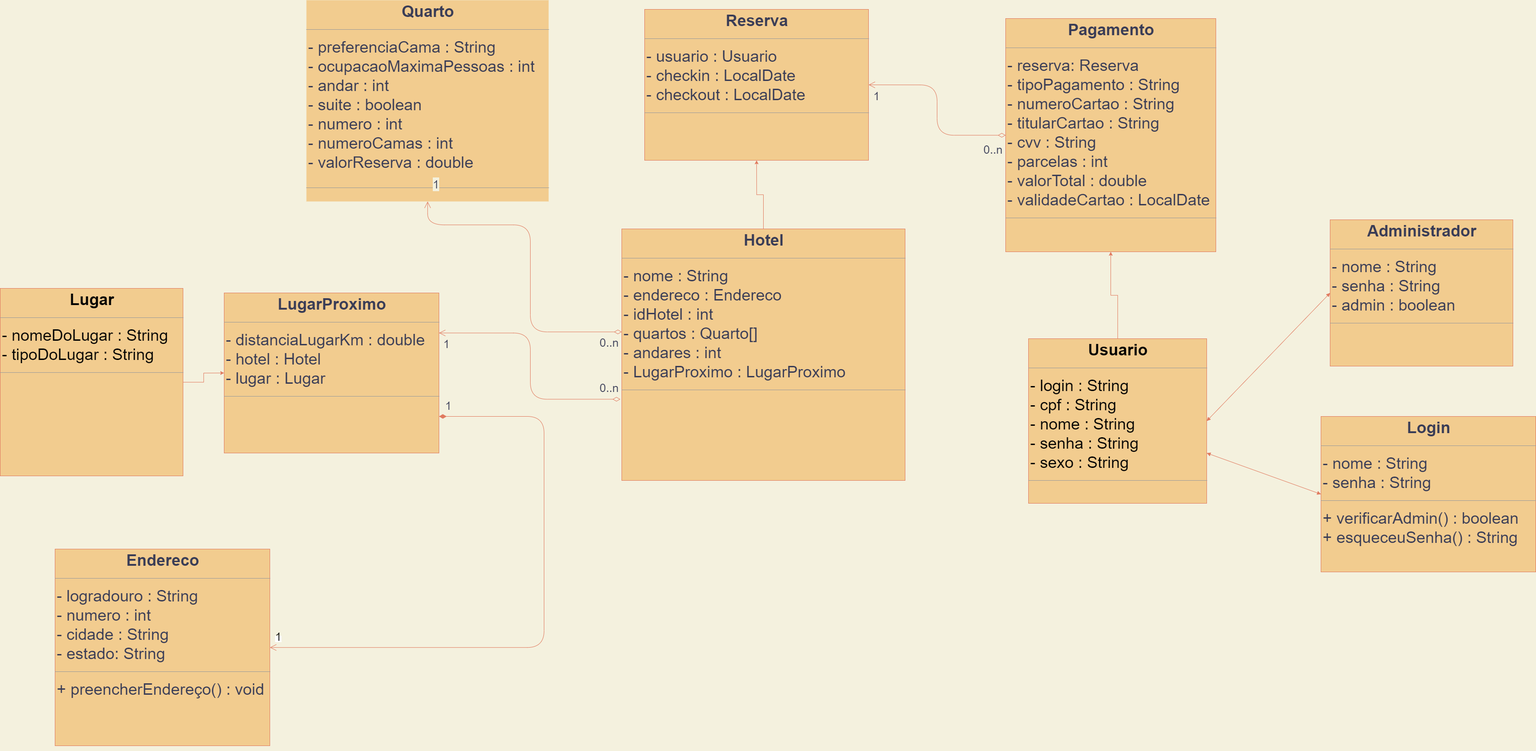
The draw.io diagram Diagrama UML Graduandos em Totólogia.png in pedrocmr/Projeto_Host4U, before a commit. Source tidied: cells renumbered, new cells last; positions are measured from the earlier drawing's top-left corner, leaving out a move shared by most shapes.
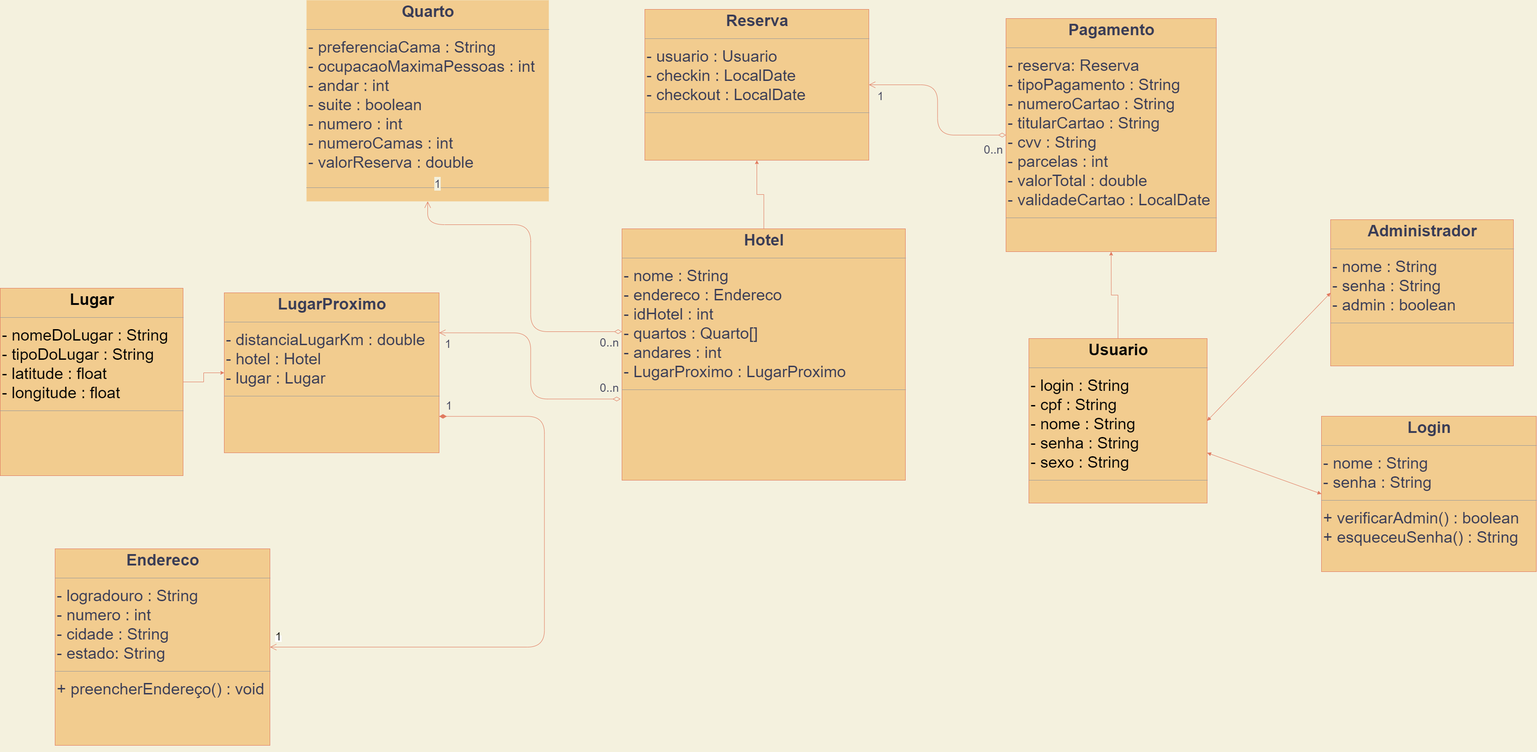
After the commit.

What changed in the source:
```diff
@@ -104,7 +104,7 @@
     <mxCell id="27" style="edgeStyle=orthogonalEdgeStyle;rounded=0;jettySize=auto;html=1;entryX=0;entryY=0.5;entryDx=0;entryDy=0;strokeColor=#E07A5F;" parent="1" edge="1" source="28" target="9">
       <mxGeometry relative="1" as="geometry" />
     </mxCell>
-    <mxCell id="28" value="&lt;p style=&quot;margin: 4px 0px 0px ; text-align: center ; font-size: 35px&quot;&gt;&lt;b&gt;&lt;font style=&quot;font-size: 35px&quot;&gt;Lugar&lt;/font&gt;&lt;/b&gt;&lt;/p&gt;&lt;hr size=&quot;1&quot; style=&quot;font-size: 35px&quot;&gt;&lt;p style=&quot;margin: 0px 0px 0px 4px ; font-size: 35px&quot;&gt;&lt;font style=&quot;font-size: 35px&quot;&gt;- nomeDoLugar : String&lt;/font&gt;&lt;/p&gt;&lt;p style=&quot;margin: 0px 0px 0px 4px ; font-size: 35px&quot;&gt;&lt;font style=&quot;font-size: 35px&quot;&gt;- tipoDoLugar : String&lt;/font&gt;&lt;/p&gt;&lt;hr size=&quot;1&quot; style=&quot;font-size: 35px&quot;&gt;&lt;p style=&quot;margin: 0px 0px 0px 4px ; font-size: 35px&quot;&gt;&lt;br&gt;&lt;/p&gt;" style="verticalAlign=top;align=left;overflow=fill;fontSize=12;fontFamily=Helvetica;html=1;fillColor=#F2CC8F;strokeColor=#E07A5F;" parent="1" vertex="1">
+    <mxCell id="28" value="&lt;p style=&quot;margin: 4px 0px 0px ; text-align: center ; font-size: 35px&quot;&gt;&lt;b&gt;&lt;font style=&quot;font-size: 35px&quot;&gt;Lugar&lt;/font&gt;&lt;/b&gt;&lt;/p&gt;&lt;hr size=&quot;1&quot; style=&quot;font-size: 35px&quot;&gt;&lt;p style=&quot;margin: 0px 0px 0px 4px ; font-size: 35px&quot;&gt;&lt;font style=&quot;font-size: 35px&quot;&gt;- nomeDoLugar : String&lt;/font&gt;&lt;/p&gt;&lt;p style=&quot;margin: 0px 0px 0px 4px ; font-size: 35px&quot;&gt;&lt;font style=&quot;font-size: 35px&quot;&gt;- tipoDoLugar : String&lt;/font&gt;&lt;/p&gt;&lt;p style=&quot;margin: 0px 0px 0px 4px ; font-size: 35px&quot;&gt;&lt;font style=&quot;font-size: 35px&quot;&gt;- latitude : float&lt;/font&gt;&lt;/p&gt;&lt;p style=&quot;margin: 0px 0px 0px 4px ; font-size: 35px&quot;&gt;&lt;font style=&quot;font-size: 35px&quot;&gt;- longitude : float&lt;/font&gt;&lt;/p&gt;&lt;hr size=&quot;1&quot; style=&quot;font-size: 35px&quot;&gt;&lt;p style=&quot;margin: 0px 0px 0px 4px ; font-size: 35px&quot;&gt;&lt;br&gt;&lt;/p&gt;" style="verticalAlign=top;align=left;overflow=fill;fontSize=12;fontFamily=Helvetica;html=1;fillColor=#F2CC8F;strokeColor=#E07A5F;" parent="1" vertex="1">
       <mxGeometry y="630" width="400" height="410" as="geometry" />
     </mxCell>
   </root>
```
